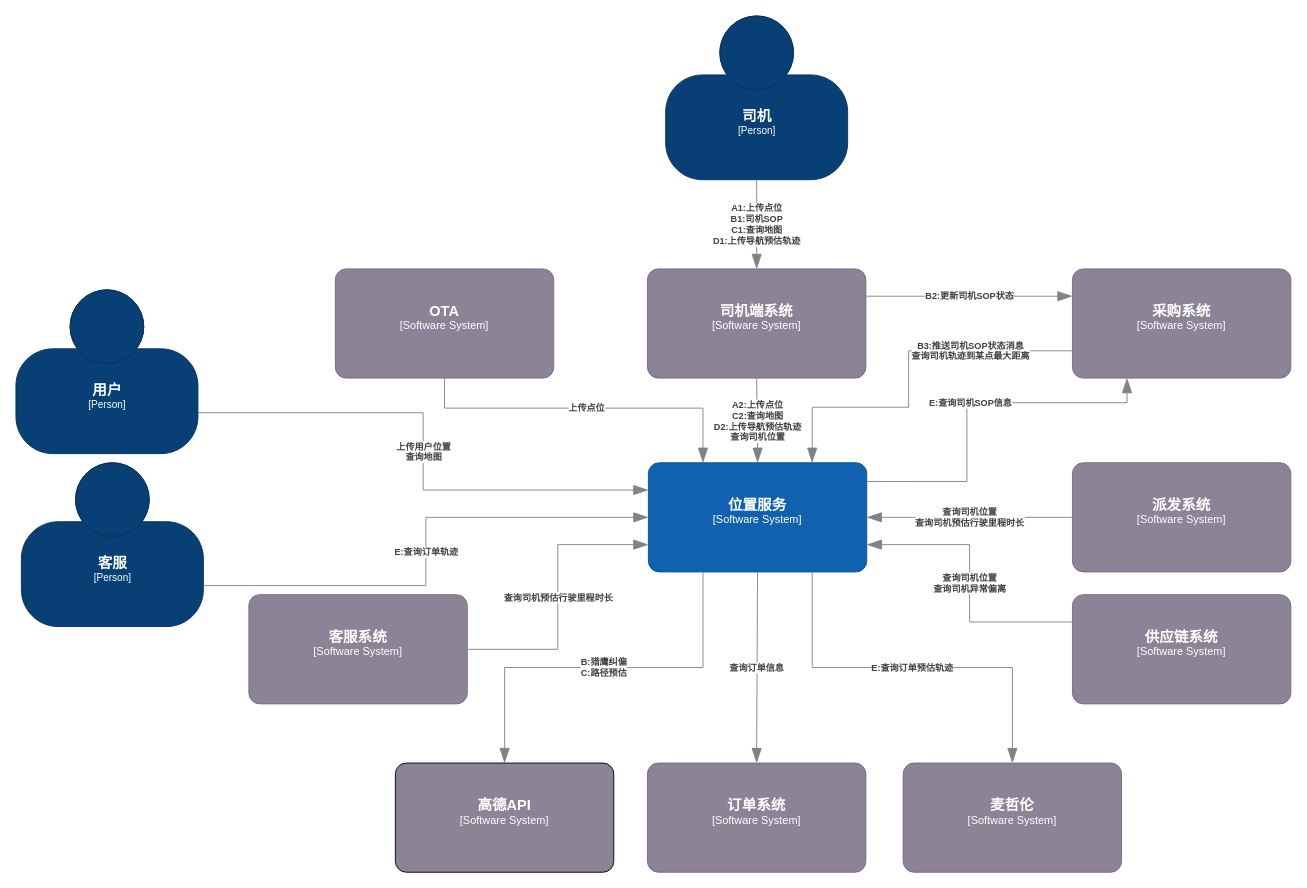
Above: page "位置系统-上下文图" (1 of 5) of 地图服务-现状.drawio in miareko/c4-diagram (draw.io), before the change. Source tidied: cells renumbered, new cells numbered last; positions are measured from the earlier drawing's top-left corner, leaving out a move shared by most shapes. Both pictures are drawn from the tidied source at 91%, with x=0, y=0 at pixel (15, 15).
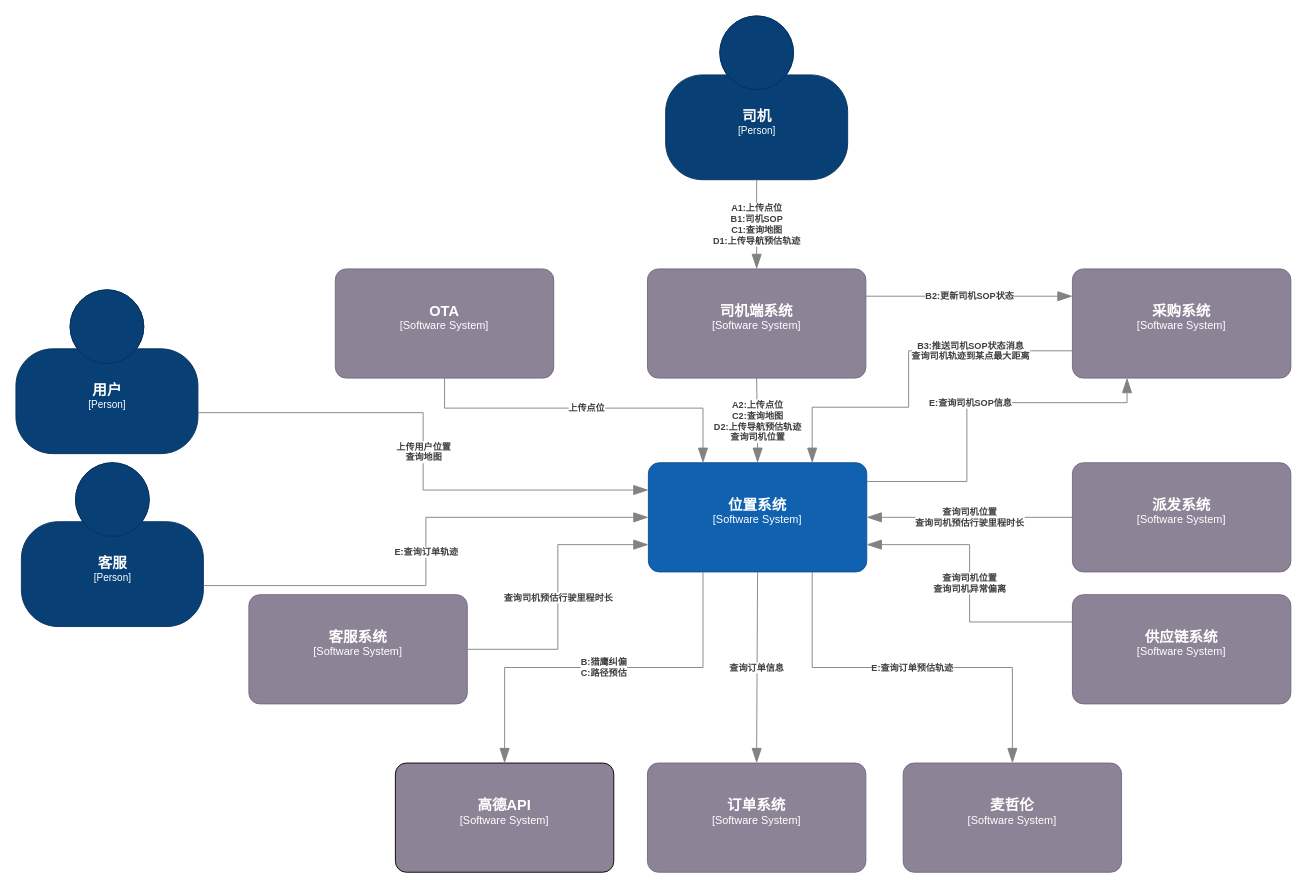
The same diagram, later.

Diff of the diagram source:
```diff
@@
-    <object id="3" label="&lt;font style=&quot;font-size: 16px&quot;&gt;&lt;b&gt;%c4Name%&lt;/b&gt;&lt;/font&gt;&lt;div&gt;[%c4Type%]&lt;/div&gt;&lt;br&gt;&lt;div&gt;&lt;font style=&quot;font-size: 11px&quot;&gt;&lt;font color=&quot;#cccccc&quot;&gt;%c4Description%&lt;/font&gt;&lt;/div&gt;" c4Description="" c4Name="位置服务" c4Type="Software System" placeholders="1">
+    <object id="3" label="&lt;font style=&quot;font-size: 16px&quot;&gt;&lt;b&gt;%c4Name%&lt;/b&gt;&lt;/font&gt;&lt;div&gt;[%c4Type%]&lt;/div&gt;&lt;br&gt;&lt;div&gt;&lt;font style=&quot;font-size: 11px&quot;&gt;&lt;font color=&quot;#cccccc&quot;&gt;%c4Description%&lt;/font&gt;&lt;/div&gt;" c4Description="" c4Name="位置系统" c4Type="Software System" placeholders="1">
       <mxCell style="rounded=1;whiteSpace=wrap;html=1;labelBackgroundColor=none;fillColor=#1061B0;fontColor=#ffffff;align=center;arcSize=10;strokeColor=#0D5091;points=[[0.25,0,0],[0.5,0,0],[0.75,0,0],[1,0.25,0],[1,0.5,0],[1,0.75,0],[0.75,1,0],[0.5,1,0],[0.25,1,0],[0,0.75,0],[0,0.5,0],[0,0.25,0]];" parent="1" vertex="1">
         <mxGeometry x="695" y="491" width="240" height="120" as="geometry" />
       </mxCell>
     </object>
```
